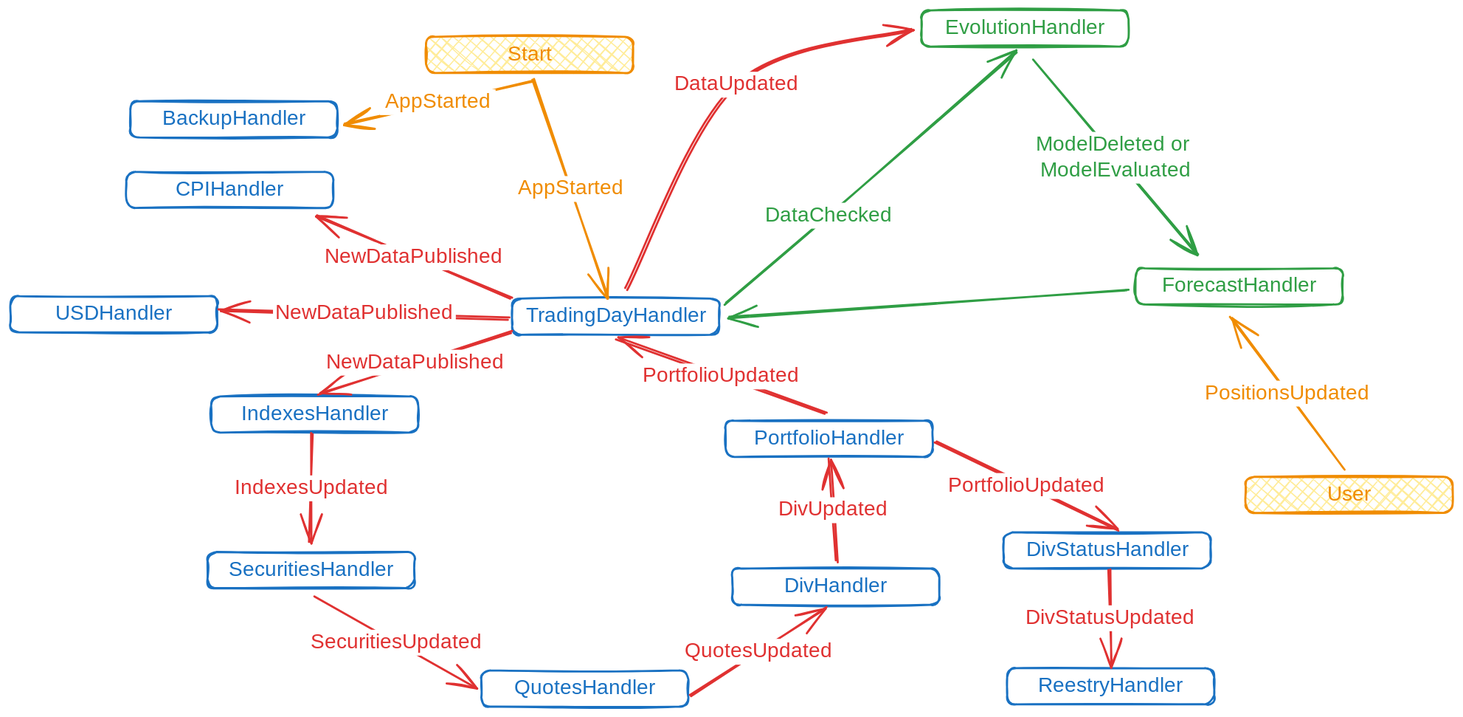
WLM1ke/poptimizer keeps this Excalidraw diagram as docs/.excalidraw.svg. Above is the earlier version. Source tidied: one line per element, renumbered; positions are measured from the earlier drawing's top-left corner, leaving out a move shared by most shapes.
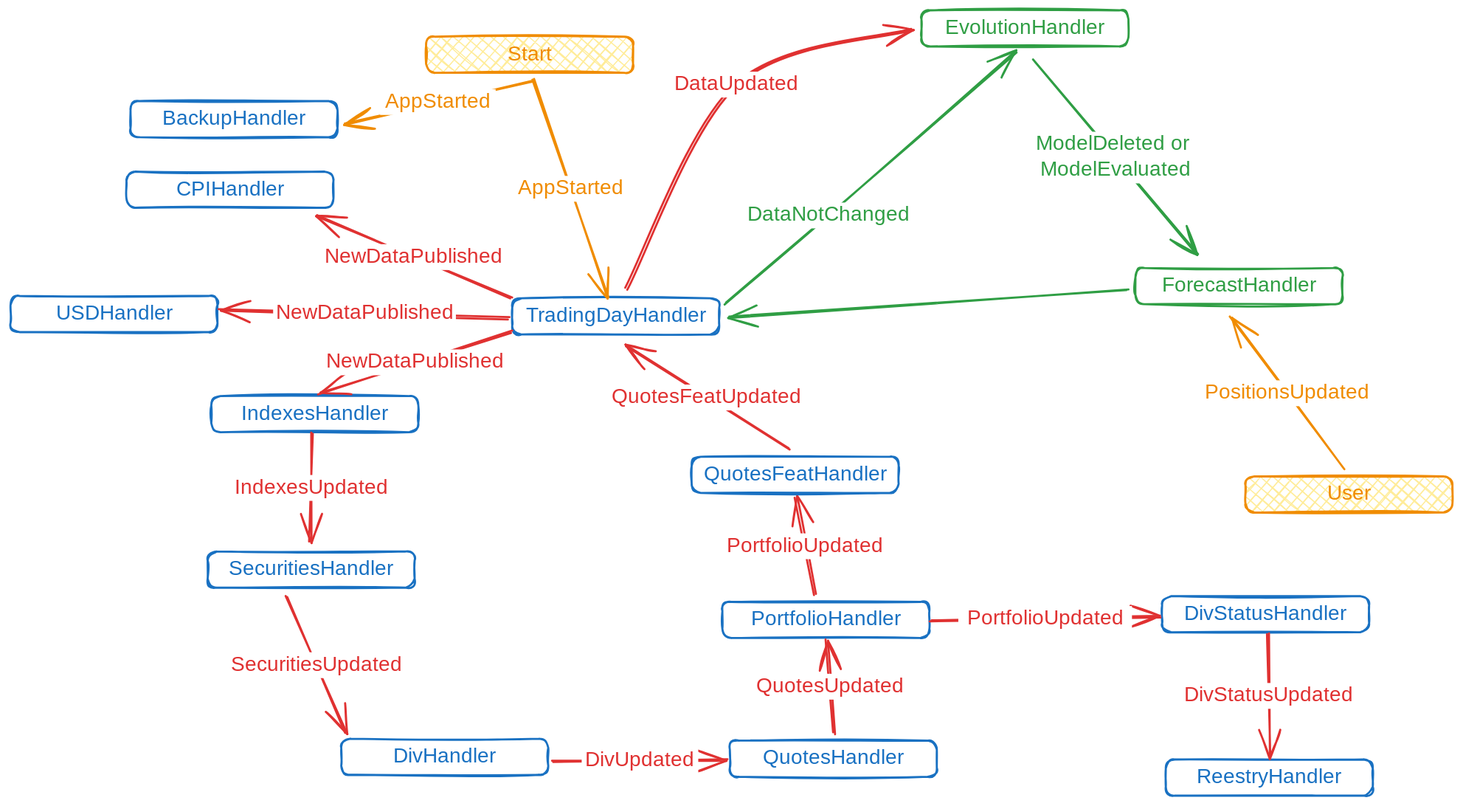
After the change.

The edit, as a diff of the source:
```diff
@@ -3,7 +3,7 @@
 {"id": 2, "type": "rectangle", "strokeColor": "#2f9e44", "strokeWidth": 2, "roughness": 1, "round": true, "x": 882, "y": 0, "width": 200, "height": 35}
 {"id": 3, "type": "text", "text": "EvolutionHandler", "strokeColor": "#2f9e44", "strokeWidth": 2, "roughness": 1, "fontSize": 20, "fontFamily": 1, "textAlign": "center", "verticalAlign": "middle", "inside": 2, "x": 904, "y": 5, "width": 158, "height": 25}
 {"id": 4, "type": "arrow", "strokeColor": "#2f9e44", "strokeWidth": 2, "roughness": 1, "endArrowhead": "arrow", "round": true, "from": 0, "to": 2, "x": 693, "y": 284, "width": 280, "height": 243, "points": [[0, 0], [99, -85], [280, -243]]}
-{"id": 5, "type": "text", "text": "DataChecked", "strokeColor": "#2f9e44", "strokeWidth": 2, "roughness": 1, "fontSize": 20, "fontFamily": 1, "textAlign": "center", "verticalAlign": "middle", "inside": 4, "x": 739, "y": 222, "width": 129, "height": 25}
+{"id": 5, "type": "text", "text": "DataNotChanged", "strokeColor": "#2f9e44", "strokeWidth": 2, "roughness": 1, "fontSize": 20, "fontFamily": 1, "textAlign": "center", "verticalAlign": "middle", "inside": 4, "x": 709, "y": 186, "width": 167, "height": 25}
 {"id": 6, "type": "rectangle", "strokeColor": "#1971c2", "strokeWidth": 2, "roughness": 1, "round": true, "x": 112, "y": 156, "width": 200, "height": 35}
 {"id": 7, "type": "text", "text": "CPIHandler", "strokeColor": "#1971c2", "strokeWidth": 2, "roughness": 1, "fontSize": 20, "fontFamily": 1, "textAlign": "center", "verticalAlign": "middle", "inside": 6, "x": 159, "y": 161, "width": 107, "height": 25}
 {"id": 8, "type": "arrow", "strokeColor": "#e03131", "strokeWidth": 2, "roughness": 1, "endArrowhead": "arrow", "round": true, "from": 0, "to": 6, "x": 484, "y": 279, "width": 187, "height": 80, "points": [[0, 0], [-187, -80]]}
@@ -18,9 +18,9 @@
 {"id": 17, "type": "text", "text": "SecuritiesHandler", "strokeColor": "#1971c2", "strokeWidth": 2, "roughness": 1, "fontSize": 20, "fontFamily": 1, "textAlign": "center", "verticalAlign": "middle", "inside": 16, "x": 209, "y": 529, "width": 165, "height": 25}
 {"id": 18, "type": "arrow", "strokeColor": "#e03131", "strokeWidth": 2, "roughness": 1, "endArrowhead": "arrow", "round": true, "from": 12, "to": 16, "x": 293, "y": 410, "width": 3, "height": 104, "points": [[0, 0], [-3, 104]]}
 {"id": 19, "type": "text", "text": "IndexesUpdated", "strokeColor": "#e03131", "strokeWidth": 2, "roughness": 1, "fontSize": 20, "fontFamily": 1, "textAlign": "center", "verticalAlign": "middle", "inside": 18, "x": 212, "y": 450, "width": 158, "height": 25}
-{"id": 20, "type": "rectangle", "strokeColor": "#1971c2", "strokeWidth": 2, "roughness": 1, "round": true, "x": 456, "y": 639, "width": 200, "height": 35}
+{"id": 20, "type": "rectangle", "strokeColor": "#1971c2", "strokeWidth": 2, "roughness": 1, "round": true, "x": 320, "y": 705, "width": 200, "height": 35}
-{"id": 21, "type": "text", "text": "QuotesHandler", "strokeColor": "#1971c2", "strokeWidth": 2, "roughness": 1, "fontSize": 20, "fontFamily": 1, "textAlign": "center", "verticalAlign": "middle", "inside": 20, "x": 487, "y": 644, "width": 140, "height": 25}
+{"id": 21, "type": "text", "text": "DivHandler", "strokeColor": "#1971c2", "strokeWidth": 2, "roughness": 1, "fontSize": 20, "fontFamily": 1, "textAlign": "center", "verticalAlign": "middle", "inside": 20, "x": 370, "y": 710, "width": 100, "height": 25}
-{"id": 22, "type": "arrow", "strokeColor": "#e03131", "strokeWidth": 2, "roughness": 1, "endArrowhead": "arrow", "round": true, "from": 16, "to": 20, "x": 296, "y": 568, "width": 155, "height": 87, "points": [[0, 0], [155, 87]]}
+{"id": 22, "type": "arrow", "strokeColor": "#e03131", "strokeWidth": 2, "roughness": 1, "endArrowhead": "arrow", "round": true, "from": 16, "to": 20, "x": 268, "y": 568, "width": 57, "height": 132, "points": [[0, 0], [57, 132]]}
 {"id": 23, "type": "text", "text": "SecuritiesUpdated", "strokeColor": "#e03131", "strokeWidth": 2, "roughness": 1, "fontSize": 20, "fontFamily": 1, "textAlign": "center", "verticalAlign": "middle", "inside": 22, "x": 354, "y": 545, "width": 177, "height": 25}
 {"id": 24, "type": "rectangle", "strokeColor": "#1971c2", "strokeWidth": 2, "roughness": 1, "round": true, "x": 116, "y": 88, "width": 200, "height": 35}
 {"id": 25, "type": "text", "text": "BackupHandler", "strokeColor": "#1971c2", "strokeWidth": 2, "roughness": 1, "fontSize": 20, "fontFamily": 1, "textAlign": "center", "verticalAlign": "middle", "inside": 24, "x": 147, "y": 93, "width": 139, "height": 25}
@@ -30,23 +30,23 @@
 {"id": 29, "type": "text", "text": "AppStarted", "strokeColor": "#f08c00", "strokeWidth": 2, "roughness": 1, "fontSize": 20, "fontFamily": 1, "textAlign": "center", "verticalAlign": "middle", "inside": 28, "x": 487, "y": 160, "width": 112, "height": 25}
 {"id": 30, "type": "arrow", "strokeColor": "#f08c00", "strokeWidth": 2, "roughness": 1, "endArrowhead": "arrow", "round": true, "from": 26, "to": 24, "x": 505, "y": 68, "width": 182, "height": 42, "points": [[0, 0], [-182, 42]]}
 {"id": 31, "type": "text", "text": "AppStarted", "strokeColor": "#f08c00", "strokeWidth": 2, "roughness": 1, "fontSize": 20, "fontFamily": 1, "textAlign": "center", "verticalAlign": "middle", "inside": 30, "x": 374, "y": 72, "width": 112, "height": 25}
-{"id": 32, "type": "rectangle", "strokeColor": "#1971c2", "strokeWidth": 2, "roughness": 1, "round": true, "x": 699, "y": 540, "width": 200, "height": 35}
+{"id": 32, "type": "rectangle", "strokeColor": "#1971c2", "strokeWidth": 2, "roughness": 1, "round": true, "x": 697, "y": 707, "width": 200, "height": 35}
-{"id": 33, "type": "text", "text": "DivHandler", "strokeColor": "#1971c2", "strokeWidth": 2, "roughness": 1, "fontSize": 20, "fontFamily": 1, "textAlign": "center", "verticalAlign": "middle", "inside": 32, "x": 749, "y": 545, "width": 100, "height": 25}
+{"id": 33, "type": "text", "text": "QuotesHandler", "strokeColor": "#1971c2", "strokeWidth": 2, "roughness": 1, "fontSize": 20, "fontFamily": 1, "textAlign": "center", "verticalAlign": "middle", "inside": 32, "x": 727, "y": 712, "width": 140, "height": 25}
-{"id": 34, "type": "arrow", "strokeColor": "#e03131", "strokeWidth": 2, "roughness": 1, "endArrowhead": "arrow", "round": true, "from": 20, "to": 32, "x": 658, "y": 664, "width": 132, "height": 86, "points": [[0, 0], [132, -86]]}
+{"id": 34, "type": "arrow", "strokeColor": "#e03131", "strokeWidth": 2, "roughness": 1, "endArrowhead": "arrow", "round": true, "from": 20, "to": 32, "x": 525, "y": 728, "width": 169, "height": 3, "points": [[0, 0], [169, -3]]}
-{"id": 35, "type": "text", "text": "QuotesUpdated", "strokeColor": "#e03131", "strokeWidth": 2, "roughness": 1, "fontSize": 20, "fontFamily": 1, "textAlign": "center", "verticalAlign": "middle", "inside": 34, "x": 675, "y": 578, "width": 152, "height": 25}
+{"id": 63, "type": "text", "text": "DivUpdated", "strokeColor": "#e03131", "strokeWidth": 2, "roughness": 1, "fontSize": 20, "fontFamily": 1, "textAlign": "center", "verticalAlign": "middle", "inside": 34, "x": 668, "y": 608, "width": 113, "height": 25}
-{"id": 36, "type": "rectangle", "strokeColor": "#1971c2", "strokeWidth": 2, "roughness": 1, "round": true, "x": 693, "y": 397, "width": 200, "height": 35}
+{"id": 36, "type": "rectangle", "strokeColor": "#1971c2", "strokeWidth": 2, "roughness": 1, "round": true, "x": 689, "y": 573, "width": 200, "height": 35}
-{"id": 37, "type": "text", "text": "PortfolioHandler", "strokeColor": "#1971c2", "strokeWidth": 2, "roughness": 1, "fontSize": 20, "fontFamily": 1, "textAlign": "center", "verticalAlign": "middle", "inside": 36, "x": 715, "y": 402, "width": 156, "height": 25}
+{"id": 37, "type": "text", "text": "PortfolioHandler", "strokeColor": "#1971c2", "strokeWidth": 2, "roughness": 1, "fontSize": 20, "fontFamily": 1, "textAlign": "center", "verticalAlign": "middle", "inside": 36, "x": 712, "y": 578, "width": 156, "height": 25}
-{"id": 38, "type": "arrow", "strokeColor": "#e03131", "strokeWidth": 2, "roughness": 1, "endArrowhead": "arrow", "round": true, "from": 32, "to": 36, "x": 800, "y": 533, "width": 7, "height": 99, "points": [[0, 0], [-7, -99]]}
+{"id": 38, "type": "arrow", "strokeColor": "#e03131", "strokeWidth": 2, "roughness": 1, "endArrowhead": "arrow", "round": true, "from": 32, "to": 36, "x": 797, "y": 700, "width": 7, "height": 91, "points": [[0, 0], [-7, -91]]}
-{"id": 39, "type": "text", "text": "DivUpdated", "strokeColor": "#e03131", "strokeWidth": 2, "roughness": 1, "fontSize": 20, "fontFamily": 1, "textAlign": "center", "verticalAlign": "middle", "inside": 38, "x": 739, "y": 456, "width": 113, "height": 25}
+{"id": 39, "type": "text", "text": "QuotesUpdated", "strokeColor": "#e03131", "strokeWidth": 2, "roughness": 1, "fontSize": 20, "fontFamily": 1, "textAlign": "center", "verticalAlign": "middle", "inside": 38, "x": 720, "y": 471, "width": 152, "height": 25}
-{"id": 40, "type": "arrow", "strokeColor": "#e03131", "strokeWidth": 2, "roughness": 1, "endArrowhead": "arrow", "round": true, "from": 36, "to": 0, "x": 789, "y": 390, "width": 202, "height": 72, "points": [[0, 0], [-202, -72]]}
+{"id": 40, "type": "arrow", "strokeColor": "#e03131", "strokeWidth": 2, "roughness": 1, "endArrowhead": "arrow", "round": true, "from": 36, "to": 66, "x": 779, "y": 566, "width": 19, "height": 95, "points": [[0, 0], [-19, -95]]}
 {"id": 41, "type": "text", "text": "PortfolioUpdated", "strokeColor": "#e03131", "strokeWidth": 2, "roughness": 1, "fontSize": 20, "fontFamily": 1, "textAlign": "center", "verticalAlign": "middle", "inside": 40, "x": 604, "y": 342, "width": 168, "height": 25}
-{"id": 42, "type": "rectangle", "strokeColor": "#1971c2", "strokeWidth": 2, "roughness": 1, "round": true, "x": 962, "y": 505, "width": 200, "height": 35}
+{"id": 42, "type": "rectangle", "strokeColor": "#1971c2", "strokeWidth": 2, "roughness": 1, "round": true, "x": 1115, "y": 567, "width": 200, "height": 35}
-{"id": 43, "type": "text", "text": "DivStatusHandler", "strokeColor": "#1971c2", "strokeWidth": 2, "roughness": 1, "fontSize": 20, "fontFamily": 1, "textAlign": "center", "verticalAlign": "middle", "inside": 42, "x": 977, "y": 510, "width": 171, "height": 25}
+{"id": 43, "type": "text", "text": "DivStatusHandler", "strokeColor": "#1971c2", "strokeWidth": 2, "roughness": 1, "fontSize": 20, "fontFamily": 1, "textAlign": "center", "verticalAlign": "middle", "inside": 42, "x": 1130, "y": 572, "width": 171, "height": 25}
-{"id": 44, "type": "arrow", "strokeColor": "#e03131", "strokeWidth": 2, "roughness": 1, "endArrowhead": "arrow", "round": true, "from": 36, "to": 42, "x": 896, "y": 418, "width": 177, "height": 85, "points": [[0, 0], [177, 85]]}
+{"id": 44, "type": "arrow", "strokeColor": "#e03131", "strokeWidth": 2, "roughness": 1, "endArrowhead": "arrow", "round": true, "from": 36, "to": 42, "x": 891, "y": 591, "width": 222, "height": 4, "points": [[0, 0], [222, -4]]}
 {"id": 45, "type": "text", "text": "PortfolioUpdated", "strokeColor": "#e03131", "strokeWidth": 2, "roughness": 1, "fontSize": 20, "fontFamily": 1, "textAlign": "center", "verticalAlign": "middle", "inside": 44, "x": 857, "y": 442, "width": 168, "height": 25}
-{"id": 46, "type": "rectangle", "strokeColor": "#1971c2", "strokeWidth": 2, "roughness": 1, "round": true, "x": 965, "y": 636, "width": 200, "height": 35}
+{"id": 46, "type": "rectangle", "strokeColor": "#1971c2", "strokeWidth": 2, "roughness": 1, "round": true, "x": 1119, "y": 725, "width": 200, "height": 35}
-{"id": 47, "type": "text", "text": "ReestryHandler", "strokeColor": "#1971c2", "strokeWidth": 2, "roughness": 1, "fontSize": 20, "fontFamily": 1, "textAlign": "center", "verticalAlign": "middle", "inside": 46, "x": 993, "y": 641, "width": 145, "height": 25}
+{"id": 47, "type": "text", "text": "ReestryHandler", "strokeColor": "#1971c2", "strokeWidth": 2, "roughness": 1, "fontSize": 20, "fontFamily": 1, "textAlign": "center", "verticalAlign": "middle", "inside": 46, "x": 1146, "y": 730, "width": 145, "height": 25}
-{"id": 48, "type": "arrow", "strokeColor": "#e03131", "strokeWidth": 2, "roughness": 1, "endArrowhead": "arrow", "round": true, "from": 42, "to": 46, "x": 1064, "y": 541, "width": 2, "height": 95, "points": [[0, 0], [2, 95]]}
+{"id": 48, "type": "arrow", "strokeColor": "#e03131", "strokeWidth": 2, "roughness": 1, "endArrowhead": "arrow", "round": true, "from": 42, "to": 46, "x": 1217, "y": 603, "width": 2, "height": 121, "points": [[0, 0], [2, 121]]}
 {"id": 49, "type": "text", "text": "DivStatusUpdated", "strokeColor": "#e03131", "strokeWidth": 2, "roughness": 1, "fontSize": 20, "fontFamily": 1, "textAlign": "center", "verticalAlign": "middle", "inside": 48, "x": 973, "y": 576, "width": 183, "height": 25}
 {"id": 50, "type": "rectangle", "strokeColor": "#1971c2", "strokeWidth": 2, "roughness": 1, "round": true, "x": 0, "y": 277, "width": 200, "height": 35}
 {"id": 51, "type": "text", "text": "USDHandler", "strokeColor": "#1971c2", "strokeWidth": 2, "roughness": 1, "fontSize": 20, "fontFamily": 1, "textAlign": "center", "verticalAlign": "middle", "inside": 50, "x": 44, "y": 282, "width": 112, "height": 25}
@@ -61,3 +61,7 @@
 {"id": 60, "type": "text", "text": "PositionsUpdated", "strokeColor": "#f08c00", "strokeWidth": 2, "roughness": 1, "fontSize": 20, "fontFamily": 1, "textAlign": "center", "verticalAlign": "middle", "inside": 59, "x": 907, "y": 330, "width": 169, "height": 25}
 {"id": 61, "type": "rectangle", "strokeColor": "#f08c00", "backgroundColor": "#ffec99", "fillStyle": "cross-hatch", "strokeWidth": 2, "roughness": 1, "round": true, "x": 1196, "y": 451, "width": 200, "height": 35}
 {"id": 62, "type": "text", "text": "User", "strokeColor": "#f08c00", "strokeWidth": 2, "roughness": 1, "fontSize": 20, "fontFamily": 1, "textAlign": "center", "verticalAlign": "middle", "inside": 61, "x": 1274, "y": 456, "width": 45, "height": 25}
+{"id": 64, "type": "arrow", "strokeColor": "#e03131", "strokeWidth": 2, "roughness": 1, "endArrowhead": "arrow", "round": true, "from": 66, "to": 0, "x": 754, "y": 425, "width": 159, "height": 101, "points": [[0, 0], [-159, -101]]}
+{"id": 65, "type": "text", "text": "QuotesFeatUpdated", "strokeColor": "#e03131", "strokeWidth": 2, "roughness": 1, "fontSize": 20, "fontFamily": 1, "textAlign": "center", "verticalAlign": "middle", "inside": 64, "x": 575, "y": 362, "width": 199, "height": 25}
+{"id": 66, "type": "rectangle", "strokeColor": "#1971c2", "strokeWidth": 2, "roughness": 1, "round": true, "x": 660, "y": 432, "width": 200, "height": 35}
+{"id": 67, "type": "text", "text": "QuotesFeatHandler", "strokeColor": "#1971c2", "strokeWidth": 2, "roughness": 1, "fontSize": 20, "fontFamily": 1, "textAlign": "center", "verticalAlign": "middle", "inside": 66, "x": 667, "y": 437, "width": 187, "height": 25}
```
